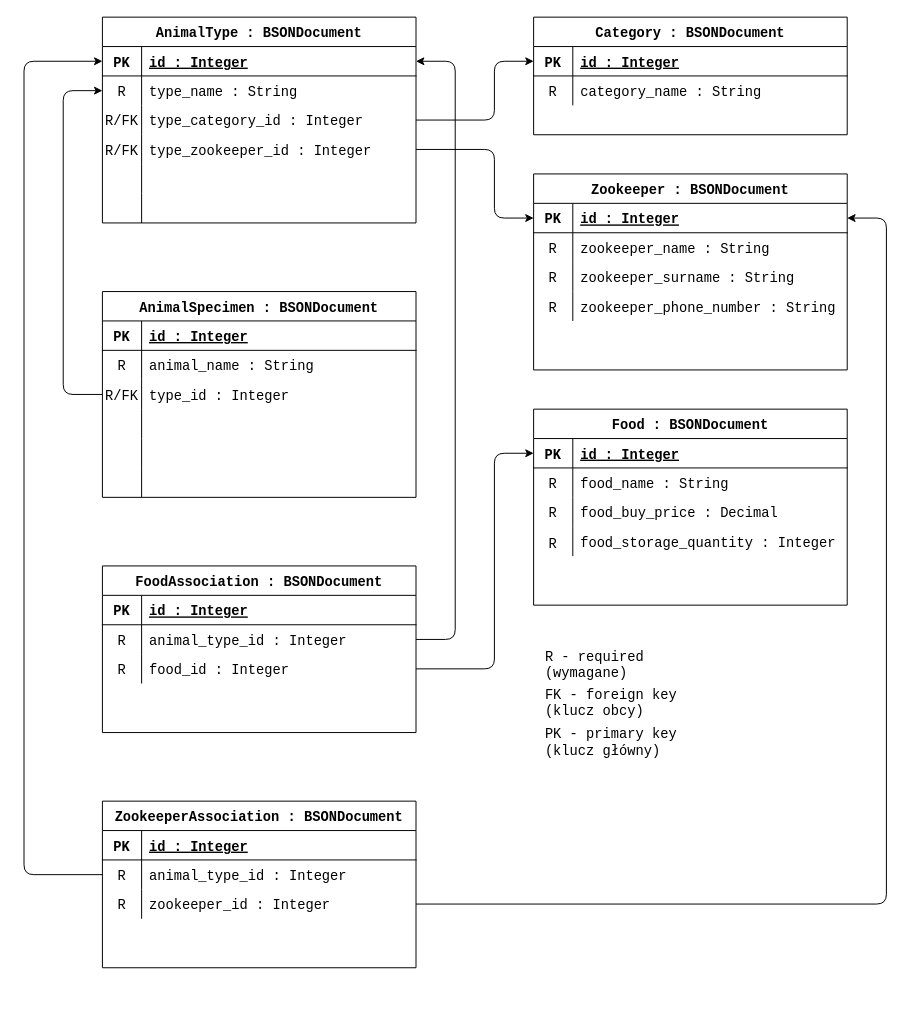
Above: assets/diagrams/PDM.drawio in LukaszMichalsky/Project_TIU (draw.io), before the change. Source tidied: cells renumbered, new cells numbered last; positions are measured from the earlier drawing's top-left corner, leaving out a move shared by most shapes. Both pictures are drawn from the tidied source at 98%, with x=0, y=0 at pixel (24, 17).
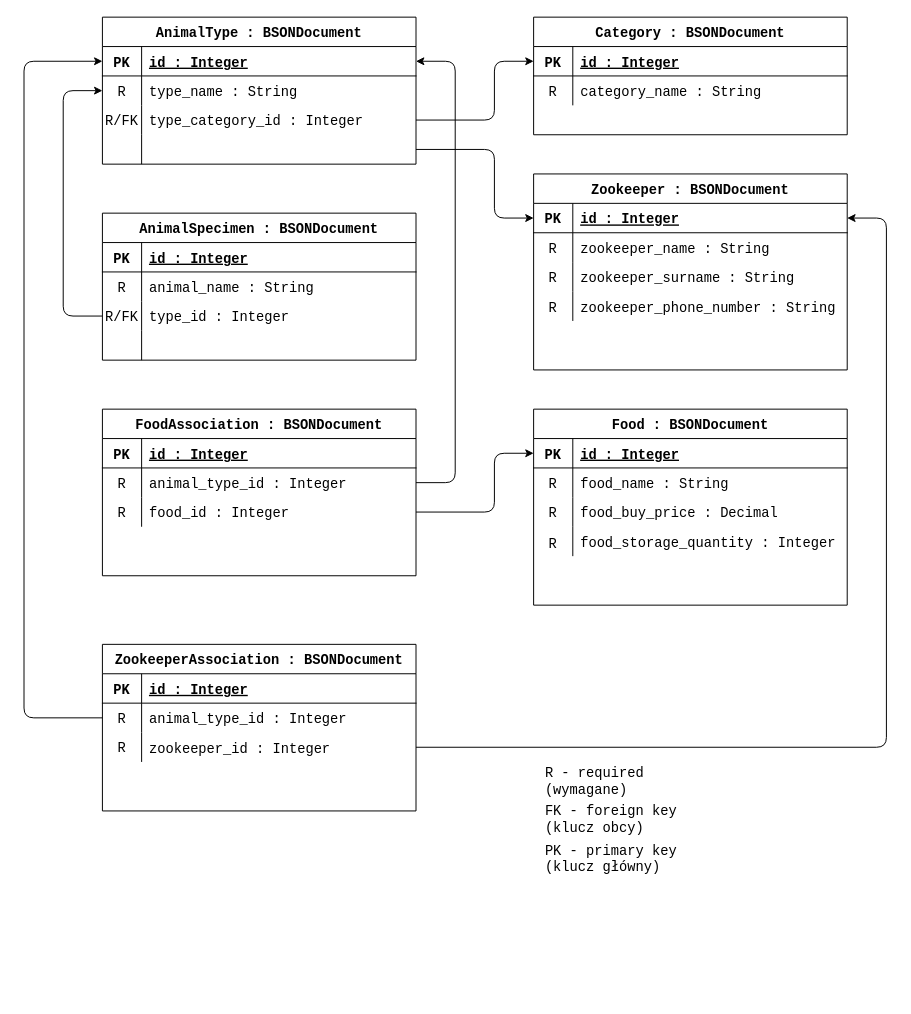
After the change.

Commit message:
Updated PDM diagram

Unchanged cells that the change refers to:
```xml
<mxCell id="38" style="group;fontFamily=Courier New;fontSize=14;" parent="1" vertex="1">
  <mxGeometry x="80" width="320" height="240" as="geometry" />
</mxCell>
<mxCell id="43" style="shape=partialRectangle;fillColor=none;top=0;left=0;bottom=0;right=0;points=[[0,0.5],[1,0.5]];portConstraint=eastwest;fontFamily=Courier New;fontSize=14;" parent="39" vertex="1">
  <mxGeometry y="60" width="320" height="30" as="geometry" />
</mxCell>
<mxCell id="49" style="shape=partialRectangle;fillColor=none;top=0;left=0;bottom=0;right=0;points=[[0,0.5],[1,0.5]];portConstraint=eastwest;fontFamily=Courier New;fontSize=14;" parent="39" vertex="1">
  <mxGeometry y="120" width="320" height="30" as="geometry" />
</mxCell>
<mxCell id="69" style="shape=partialRectangle;fillColor=none;top=0;left=0;bottom=0;right=0;points=[[0,0.5],[1,0.5]];portConstraint=eastwest;fontFamily=Courier New;fontSize=14;" parent="62" vertex="1">
  <mxGeometry y="90" width="320" height="30" as="geometry" />
</mxCell>
```

What changed in the source:
```diff
@@
     <mxCell id="39" value="AnimalType : BSONDocument" style="shape=table;startSize=30;childLayout=tableLayout;rowLines=0;fontStyle=1;align=center;fontFamily=Courier New;fontSize=14;" parent="38" vertex="1">
-      <mxGeometry width="320" height="210" as="geometry" />
+      <mxGeometry width="320" height="150" as="geometry" />
     </mxCell>
@@
-    <mxCell id="50" value="R/FK" style="shape=partialRectangle;fillColor=none;top=0;left=0;bottom=0;right=0;overflow=hidden;fontFamily=Courier New;fontSize=14;" parent="49" vertex="1">
+    <mxCell id="50" style="shape=partialRectangle;fillColor=none;top=0;left=0;bottom=0;right=0;overflow=hidden;fontFamily=Courier New;fontSize=14;" parent="49" vertex="1">
       <mxGeometry width="40" height="30" as="geometry" />
     </mxCell>
-    <mxCell id="51" value="type_zookeeper_id : Integer" style="shape=partialRectangle;fillColor=none;top=0;left=0;bottom=0;right=0;align=left;spacingLeft=6;overflow=hidden;fontFamily=Courier New;fontSize=14;" parent="49" vertex="1">
+    <mxCell id="51" style="shape=partialRectangle;fillColor=none;top=0;left=0;bottom=0;right=0;align=left;spacingLeft=6;overflow=hidden;fontFamily=Courier New;fontSize=14;" parent="49" vertex="1">
       <mxGeometry x="40" width="280" height="30" as="geometry" />
     </mxCell>
-    <mxCell id="52" style="shape=partialRectangle;fillColor=none;top=0;left=0;bottom=0;right=0;fontFamily=Courier New;fontSize=14;" parent="39" vertex="1">
-      <mxGeometry y="150" width="320" height="30" as="geometry" />
-    </mxCell>
-    <mxCell id="53" style="shape=partialRectangle;fillColor=none;top=0;left=0;bottom=0;right=0;overflow=hidden;fontFamily=Courier New;fontSize=14;" parent="52" vertex="1">
-      <mxGeometry width="40" height="30" as="geometry" />
-    </mxCell>
-    <mxCell id="54" style="shape=partialRectangle;fillColor=none;top=0;left=0;bottom=0;right=0;align=left;spacingLeft=6;overflow=hidden;fontFamily=Courier New;fontSize=14;" parent="52" vertex="1">
-      <mxGeometry x="40" width="280" height="30" as="geometry" />
-    </mxCell>
-    <mxCell id="55" style="shape=partialRectangle;fillColor=none;top=0;left=0;bottom=0;right=0;fontFamily=Courier New;fontSize=14;" parent="39" vertex="1">
-      <mxGeometry y="180" width="320" height="30" as="geometry" />
-    </mxCell>
-    <mxCell id="56" style="shape=partialRectangle;fillColor=none;top=0;left=0;bottom=0;right=0;overflow=hidden;fontFamily=Courier New;fontSize=14;" parent="55" vertex="1">
-      <mxGeometry width="40" height="30" as="geometry" />
-    </mxCell>
-    <mxCell id="57" style="shape=partialRectangle;fillColor=none;top=0;left=0;bottom=0;right=0;align=left;spacingLeft=6;overflow=hidden;fontFamily=Courier New;fontSize=14;" parent="55" vertex="1">
-      <mxGeometry x="40" width="280" height="30" as="geometry" />
-    </mxCell>
     <mxCell id="58" value="&lt;div&gt;R - required&lt;/div&gt;&lt;div&gt;(wymagane)&lt;/div&gt;" style="text;html=1;strokeColor=none;fillColor=none;align=left;verticalAlign=middle;whiteSpace=wrap;rounded=0;fontFamily=Courier New;fontSize=14;spacingLeft=10;" parent="1" vertex="1">
-      <mxGeometry x="520" y="641" width="240" height="39" as="geometry" />
+      <mxGeometry x="520" y="760" width="240" height="39" as="geometry" />
     </mxCell>
     <mxCell id="59" value="&lt;div&gt;FK - foreign key&lt;/div&gt;&lt;div&gt;(klucz obcy)&lt;br&gt;&lt;/div&gt;" style="text;html=1;strokeColor=none;fillColor=none;align=left;verticalAlign=middle;whiteSpace=wrap;rounded=0;fontFamily=Courier New;fontSize=14;spacingLeft=10;" parent="1" vertex="1">
-      <mxGeometry x="520" y="680" width="240" height="40" as="geometry" />
+      <mxGeometry x="520" y="799" width="240" height="40" as="geometry" />
     </mxCell>
     <mxCell id="60" value="&lt;div&gt;PK - primary key&lt;/div&gt;&lt;div&gt;(klucz główny)&lt;br&gt;&lt;/div&gt;" style="text;html=1;strokeColor=none;fillColor=none;align=left;verticalAlign=middle;whiteSpace=wrap;rounded=0;fontFamily=Courier New;fontSize=14;spacingLeft=10;" parent="1" vertex="1">
-      <mxGeometry x="520" y="720" width="240" height="40" as="geometry" />
+      <mxGeometry x="520" y="839" width="240" height="40" as="geometry" />
     </mxCell>
     <mxCell id="61" style="group;fontFamily=Courier New;fontSize=14;" parent="1" vertex="1">
-      <mxGeometry x="80" y="280" width="320" height="160" as="geometry" />
+      <mxGeometry x="80" y="200" width="320" height="160" as="geometry" />
     </mxCell>
     <mxCell id="62" value="AnimalSpecimen : BSONDocument" style="shape=table;startSize=30;childLayout=tableLayout;rowLines=0;fontStyle=1;align=center;fontFamily=Courier New;fontSize=14;" parent="61" vertex="1">
-      <mxGeometry width="320" height="210" as="geometry" />
+      <mxGeometry width="320" height="150" as="geometry" />
     </mxCell>
@@
-    <mxCell id="75" style="shape=partialRectangle;fillColor=none;top=0;left=0;bottom=0;right=0;fontFamily=Courier New;fontSize=14;" parent="62" vertex="1">
-      <mxGeometry y="150" width="320" height="30" as="geometry" />
-    </mxCell>
-    <mxCell id="76" style="shape=partialRectangle;fillColor=none;top=0;left=0;bottom=0;right=0;overflow=hidden;fontFamily=Courier New;fontSize=14;" parent="75" vertex="1">
-      <mxGeometry width="40" height="30" as="geometry" />
-    </mxCell>
-    <mxCell id="77" style="shape=partialRectangle;fillColor=none;top=0;left=0;bottom=0;right=0;align=left;spacingLeft=6;overflow=hidden;fontFamily=Courier New;fontSize=14;" parent="75" vertex="1">
-      <mxGeometry x="40" width="280" height="30" as="geometry" />
-    </mxCell>
-    <mxCell id="78" style="shape=partialRectangle;fillColor=none;top=0;left=0;bottom=0;right=0;fontFamily=Courier New;fontSize=14;" parent="62" vertex="1">
-      <mxGeometry y="180" width="320" height="30" as="geometry" />
-    </mxCell>
-    <mxCell id="79" style="shape=partialRectangle;fillColor=none;top=0;left=0;bottom=0;right=0;overflow=hidden;fontFamily=Courier New;fontSize=14;" parent="78" vertex="1">
-      <mxGeometry width="40" height="30" as="geometry" />
-    </mxCell>
-    <mxCell id="80" style="shape=partialRectangle;fillColor=none;top=0;left=0;bottom=0;right=0;align=left;spacingLeft=6;overflow=hidden;fontFamily=Courier New;fontSize=14;" parent="78" vertex="1">
-      <mxGeometry x="40" width="280" height="30" as="geometry" />
-    </mxCell>
@@
-    <mxCell id="83" style="endArrow=classic;html=1;fontFamily=Courier New;edgeStyle=elbowEdgeStyle;entryX=0;entryY=0.5;entryDx=0;entryDy=0;" parent="1" edge="1" target="43">
+    <mxCell id="83" style="endArrow=classic;html=1;fontFamily=Courier New;edgeStyle=elbowEdgeStyle;entryX=0;entryY=0.5;entryDx=0;entryDy=0;exitX=0;exitY=0.5;exitDx=0;exitDy=0;" parent="1" edge="1" source="69" target="43">
       <mxGeometry relative="1" as="geometry">
-        <mxPoint x="80" y="385" as="sourcePoint" />
         <Array as="points">
           <mxPoint x="40" y="233" />
         </Array>
       </mxGeometry>
     </mxCell>
     <mxCell id="84" style="group;fontFamily=Courier New;fontSize=14;" parent="1" vertex="1">
-      <mxGeometry x="80" y="560" width="320" height="200" as="geometry" />
+      <mxGeometry x="80" y="400" width="320" height="200" as="geometry" />
     </mxCell>
@@
     <mxCell id="98" style="group;fontFamily=Courier New;fontSize=14;" parent="1" vertex="1">
-      <mxGeometry x="80" y="800" width="320" height="200" as="geometry" />
+      <mxGeometry x="80" y="640" width="320" height="200" as="geometry" />
     </mxCell>
```
